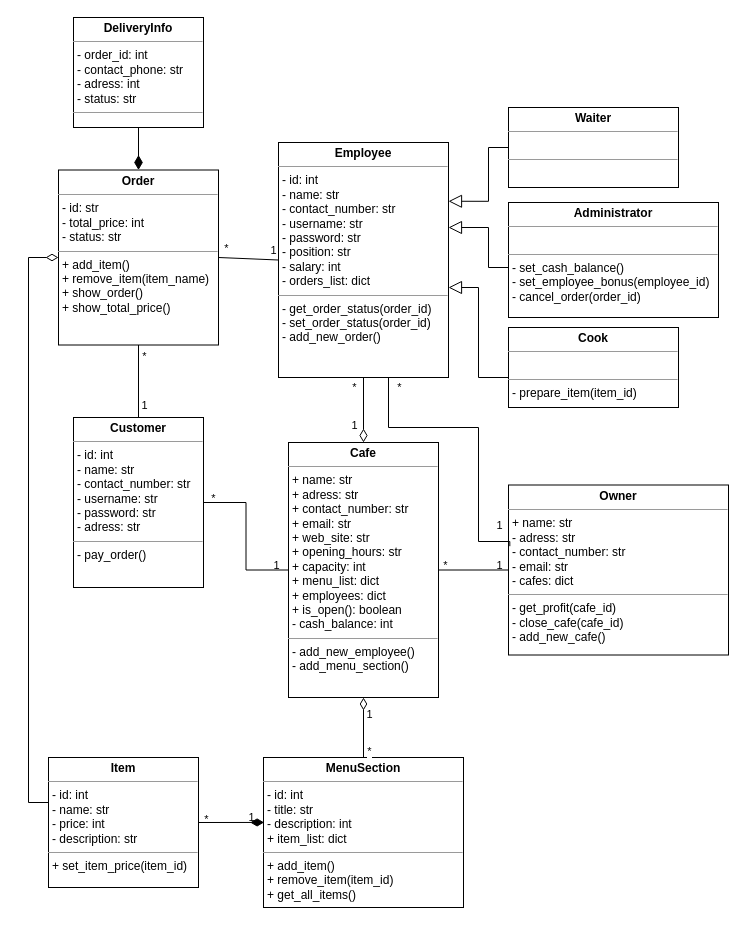
This is python/task4/UML_classes_Cafe.drawio from nikfeo/python-education, a draw.io file, before an edit. Source tidied: cells renumbered, new cells numbered last; positions are measured from the earlier drawing's top-left corner, leaving out a move shared by most shapes. Both pictures are drawn from the tidied source at 100%, with x=0, y=0 at pixel (28, 17).
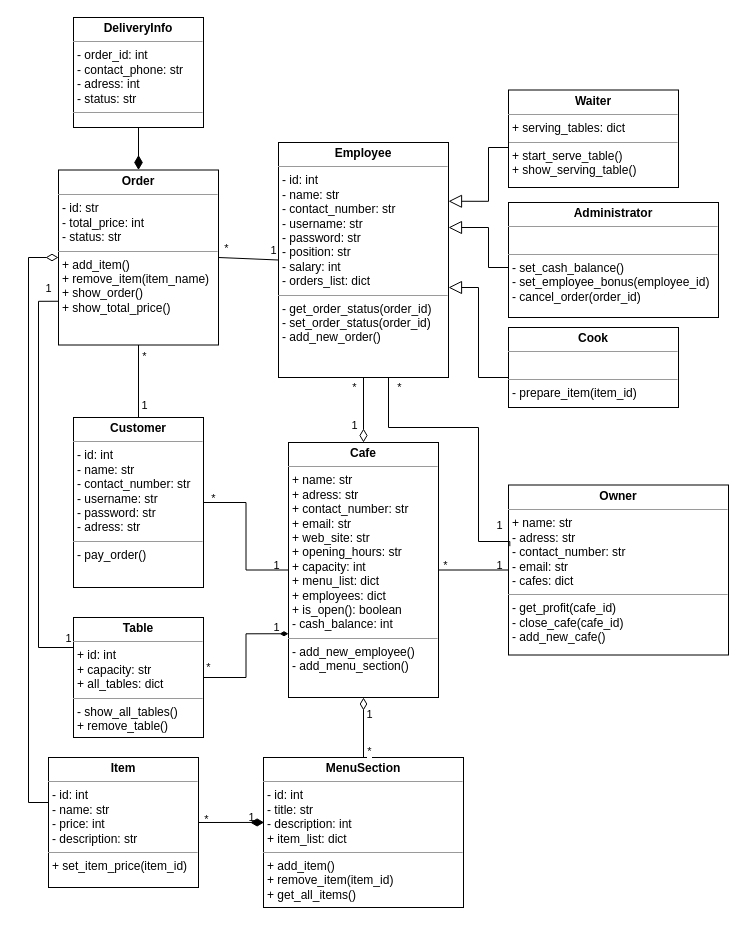
The same page after the edit.

Commit message (it also covers changes not shown here):
Modified class Waiter and added class Table in the UML diagram and cafe_oop.py file

The change refers to these unchanged cells:
```xml
<mxCell id="2" value="&lt;p style=&quot;margin: 0px ; margin-top: 4px ; text-align: center&quot;&gt;&lt;b&gt;Cafe&lt;/b&gt;&lt;/p&gt;&lt;hr size=&quot;1&quot;&gt;&lt;p style=&quot;margin: 0px ; margin-left: 4px&quot;&gt;&lt;span&gt;+ name: str&lt;/span&gt;&lt;br&gt;&lt;/p&gt;&lt;p style=&quot;margin: 0px ; margin-left: 4px&quot;&gt;+ adress: str&lt;/p&gt;&lt;p style=&quot;margin: 0px ; margin-left: 4px&quot;&gt;+ contact_number: str&lt;/p&gt;&lt;p style=&quot;margin: 0px ; margin-left: 4px&quot;&gt;+ email: str&lt;/p&gt;&lt;p style=&quot;margin: 0px ; margin-left: 4px&quot;&gt;+ web_site: str&lt;/p&gt;&lt;p style=&quot;margin: 0px ; margin-left: 4px&quot;&gt;+ opening_hours: str&lt;/p&gt;&lt;p style=&quot;margin: 0px ; margin-left: 4px&quot;&gt;+ capacity: int&lt;/p&gt;&lt;p style=&quot;margin: 0px ; margin-left: 4px&quot;&gt;+ menu_list: dict&lt;/p&gt;&lt;p style=&quot;margin: 0px ; margin-left: 4px&quot;&gt;+ employees: dict&lt;/p&gt;&lt;p style=&quot;margin: 0px ; margin-left: 4px&quot;&gt;+ is_open(): boolean&lt;br&gt;&lt;/p&gt;&lt;p style=&quot;margin: 0px ; margin-left: 4px&quot;&gt;- cash_balance: int&lt;br&gt;&lt;/p&gt;&lt;hr size=&quot;1&quot;&gt;&lt;p style=&quot;margin: 0px ; margin-left: 4px&quot;&gt;- add_new_employee()&lt;/p&gt;&lt;p style=&quot;margin: 0px ; margin-left: 4px&quot;&gt;- add_menu_section()&lt;/p&gt;" style="verticalAlign=top;align=left;overflow=fill;fontSize=12;fontFamily=Helvetica;html=1;rounded=0;shadow=0;comic=0;labelBackgroundColor=none;strokeWidth=1;" parent="1" vertex="1">
  <mxGeometry x="260" y="425" width="150" height="255" as="geometry" />
</mxCell>
<mxCell id="5" value="&lt;p style=&quot;margin: 0px ; margin-top: 4px ; text-align: center&quot;&gt;&lt;b&gt;Order&lt;/b&gt;&lt;/p&gt;&lt;hr size=&quot;1&quot;&gt;&lt;p style=&quot;margin: 0px ; margin-left: 4px&quot;&gt;- id: str&lt;/p&gt;&lt;p style=&quot;margin: 0px ; margin-left: 4px&quot;&gt;- total_price: int&lt;/p&gt;&lt;p style=&quot;margin: 0px ; margin-left: 4px&quot;&gt;- status: str&lt;/p&gt;&lt;hr size=&quot;1&quot;&gt;&lt;p style=&quot;margin: 0px ; margin-left: 4px&quot;&gt;+ add_item()&lt;/p&gt;&lt;p style=&quot;margin: 0px ; margin-left: 4px&quot;&gt;+ remove_item(item_name)&lt;/p&gt;&lt;p style=&quot;margin: 0px ; margin-left: 4px&quot;&gt;+ show_order()&lt;/p&gt;&lt;p style=&quot;margin: 0px ; margin-left: 4px&quot;&gt;+ show_total_price()&lt;/p&gt;&lt;p style=&quot;margin: 0px ; margin-left: 4px&quot;&gt;&lt;br&gt;&lt;/p&gt;" style="verticalAlign=top;align=left;overflow=fill;fontSize=12;fontFamily=Helvetica;html=1;rounded=0;shadow=0;comic=0;labelBackgroundColor=none;strokeWidth=1;" parent="1" vertex="1">
  <mxGeometry x="30" y="152.5" width="160" height="175" as="geometry" />
</mxCell>
<mxCell id="37" style="endArrow=none;html=1;shadow=0;startSize=11;endSize=10;strokeColor=#000000;rounded=0;edgeStyle=orthogonalEdgeStyle;exitX=1;exitY=0.5;exitDx=0;exitDy=0;startArrow=none;startFill=0;" parent="1" edge="1" source="7" target="2">
  <mxGeometry relative="1" as="geometry" />
</mxCell>
```

Change to the diagram source:
```diff
@@
-    <mxCell id="24" value="&lt;p style=&quot;margin: 0px ; margin-top: 4px ; text-align: center&quot;&gt;&lt;b&gt;Waiter&lt;/b&gt;&lt;/p&gt;&lt;hr size=&quot;1&quot;&gt;&lt;p style=&quot;margin: 0px ; margin-left: 4px&quot;&gt;&lt;br&gt;&lt;/p&gt;&lt;hr size=&quot;1&quot;&gt;&lt;p style=&quot;margin: 0px ; margin-left: 4px&quot;&gt;&lt;br&gt;&lt;/p&gt;" style="verticalAlign=top;align=left;overflow=fill;fontSize=12;fontFamily=Helvetica;html=1;rounded=0;shadow=0;comic=0;labelBackgroundColor=none;strokeWidth=1;" parent="1" vertex="1">
-      <mxGeometry x="480" y="90" width="170" height="80" as="geometry" />
+    <mxCell id="24" value="&lt;p style=&quot;margin: 0px ; margin-top: 4px ; text-align: center&quot;&gt;&lt;b&gt;Waiter&lt;/b&gt;&lt;/p&gt;&lt;hr size=&quot;1&quot;&gt;&lt;p style=&quot;margin: 0px ; margin-left: 4px&quot;&gt;+ serving_tables: dict&lt;/p&gt;&lt;hr size=&quot;1&quot;&gt;&lt;p style=&quot;margin: 0px ; margin-left: 4px&quot;&gt;+ start_serve_table()&lt;/p&gt;&lt;p style=&quot;margin: 0px ; margin-left: 4px&quot;&gt;+ show_serving_table()&lt;/p&gt;" style="verticalAlign=top;align=left;overflow=fill;fontSize=12;fontFamily=Helvetica;html=1;rounded=0;shadow=0;comic=0;labelBackgroundColor=none;strokeWidth=1;" parent="1" vertex="1">
+      <mxGeometry x="480" y="72.5" width="170" height="97.5" as="geometry" />
     </mxCell>
@@
+    <mxCell id="43" value="1" style="edgeLabel;html=1;align=center;verticalAlign=middle;labelBackgroundColor=none;" parent="37" vertex="1">
+      <mxGeometry x="0.71" y="2" relative="1" as="geometry">
+        <mxPoint x="10" y="59" as="offset" />
+      </mxGeometry>
+    </mxCell>
+    <mxCell id="44" value="*" style="edgeLabel;html=1;align=center;verticalAlign=middle;labelBackgroundColor=none;" parent="37" vertex="1">
+      <mxGeometry x="0.71" y="2" relative="1" as="geometry">
+        <mxPoint x="-58" y="99" as="offset" />
+      </mxGeometry>
+    </mxCell>
+    <mxCell id="45" value="1" style="edgeLabel;html=1;align=center;verticalAlign=middle;labelBackgroundColor=none;" parent="37" vertex="1">
+      <mxGeometry x="0.71" y="2" relative="1" as="geometry">
+        <mxPoint x="-198" y="70" as="offset" />
+      </mxGeometry>
+    </mxCell>
+    <mxCell id="46" value="1" style="edgeLabel;html=1;align=center;verticalAlign=middle;labelBackgroundColor=none;" parent="37" vertex="1">
+      <mxGeometry x="0.71" y="2" relative="1" as="geometry">
+        <mxPoint x="-218" y="-280" as="offset" />
+      </mxGeometry>
+    </mxCell>
@@
+    <mxCell id="47" style="edgeStyle=orthogonalEdgeStyle;rounded=0;jettySize=auto;html=1;exitX=1;exitY=0.5;exitDx=0;exitDy=0;entryX=0;entryY=0.75;entryDx=0;entryDy=0;endArrow=diamondThin;endFill=1;" parent="1" edge="1" source="49" target="2">
+      <mxGeometry relative="1" as="geometry" />
+    </mxCell>
+    <mxCell id="48" style="edgeStyle=orthogonalEdgeStyle;rounded=0;jettySize=auto;html=1;exitX=0;exitY=0.25;exitDx=0;exitDy=0;entryX=0;entryY=0.75;entryDx=0;entryDy=0;endArrow=none;endFill=0;" parent="1" edge="1" source="49" target="5">
+      <mxGeometry relative="1" as="geometry" />
+    </mxCell>
+    <mxCell id="49" value="&lt;p style=&quot;margin: 0px ; margin-top: 4px ; text-align: center&quot;&gt;&lt;b&gt;Table&lt;/b&gt;&lt;/p&gt;&lt;hr size=&quot;1&quot;&gt;&lt;p style=&quot;margin: 0px ; margin-left: 4px&quot;&gt;+ id: int&lt;br&gt;+ capacity: str&lt;/p&gt;&lt;p style=&quot;margin: 0px ; margin-left: 4px&quot;&gt;+ all_tables: dict&lt;br&gt;&lt;/p&gt;&lt;hr size=&quot;1&quot;&gt;&lt;p style=&quot;margin: 0px ; margin-left: 4px&quot;&gt;- show_all_tables()&lt;br&gt;&lt;/p&gt;&lt;p style=&quot;margin: 0px ; margin-left: 4px&quot;&gt;+ remove_table()&lt;/p&gt;&lt;p style=&quot;margin: 0px ; margin-left: 4px&quot;&gt;&lt;br&gt;&lt;/p&gt;" style="verticalAlign=top;align=left;overflow=fill;fontSize=12;fontFamily=Helvetica;html=1;rounded=0;shadow=0;comic=0;labelBackgroundColor=none;strokeWidth=1;" parent="1" vertex="1">
+      <mxGeometry x="45" y="600" width="130" height="120" as="geometry" />
+    </mxCell>
```
